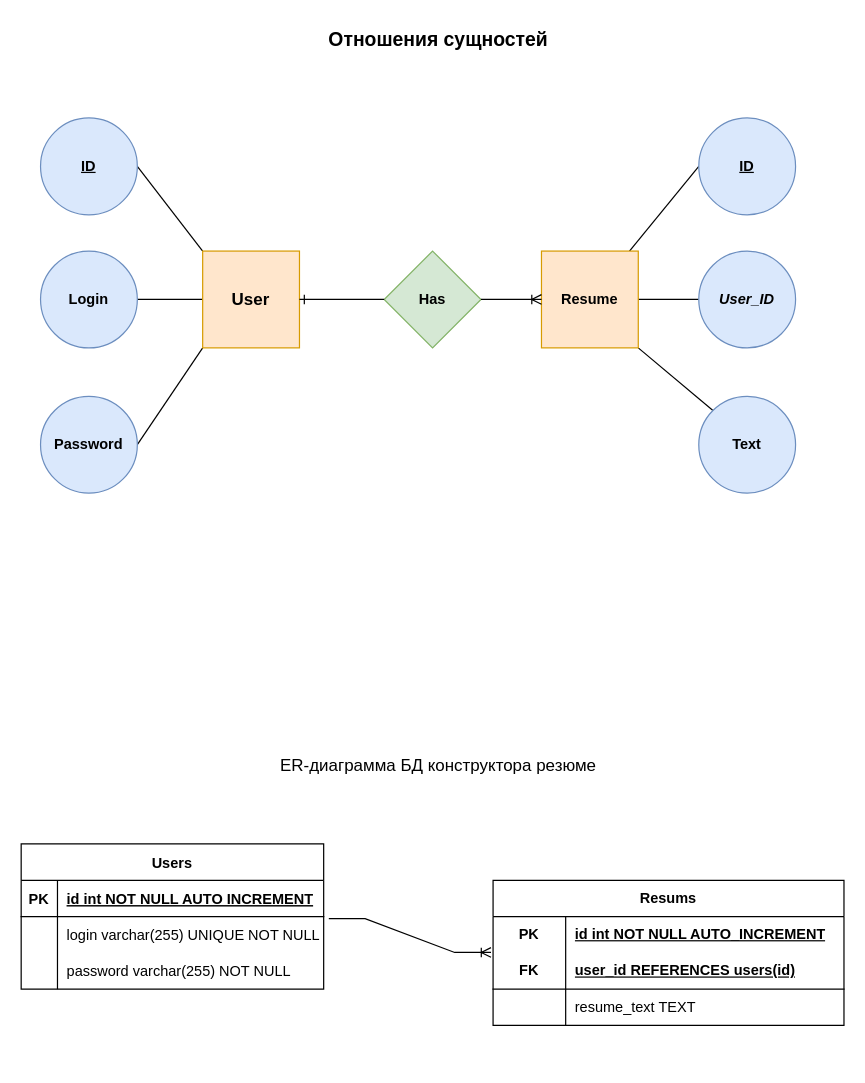
The draw.io diagram experiments/database/dbschema.drawio in she-bear/dplm-resume-builder, before the edit. Source tidied: cells renumbered, new cells numbered last; positions are measured from the earlier drawing's top-left corner, leaving out a move shared by most shapes. Both pictures are drawn from the tidied source at 121%, with x=0, y=0 at pixel (21, 21).
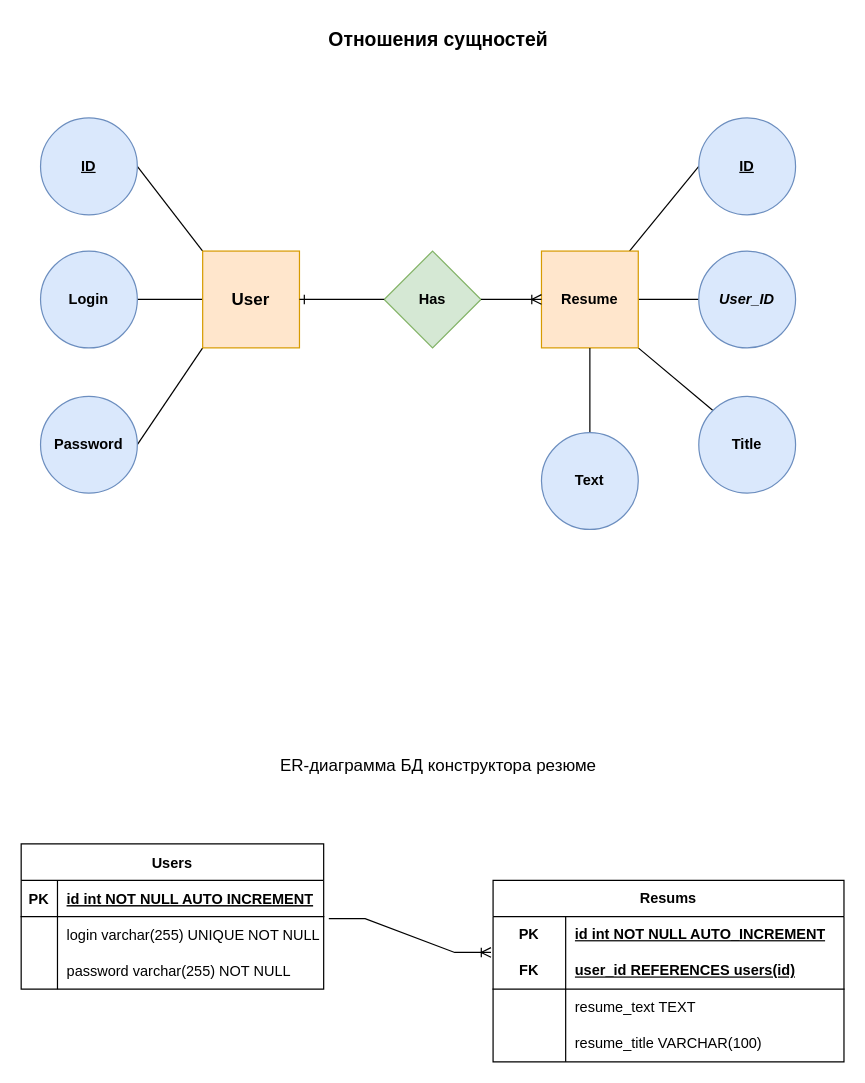
The same diagram, later.

Commit message (it also covers changes not shown here):
Добавлено поле resums.resume_title

The change refers to these unchanged cells:
```xml
<mxCell id="35" value="&lt;b&gt;Resume&lt;/b&gt;" style="whiteSpace=wrap;html=1;fillColor=#ffe6cc;strokeColor=#d79b00;" parent="1" vertex="1">
  <mxGeometry x="430" y="190" width="80" height="80" as="geometry" />
</mxCell>
```

The edit, as a diff of the source:
```diff
@@
     <mxCell id="12" value="Resums" style="shape=table;startSize=30;childLayout=tableLayout;rowLines=0;fontStyle=1;align=center;html=1;whiteSpace=wrap;" parent="1" vertex="1">
-      <mxGeometry x="390" y="710" width="290" height="120" as="geometry" />
+      <mxGeometry x="390" y="710" width="290" height="150" as="geometry" />
     </mxCell>
@@
+    <mxCell id="42" style="shape=tableRow;horizontal=0;startSize=0;swimlaneHead=0;swimlaneBody=0;fillColor=none;top=0;left=0;right=0;bottom=0;html=1;" parent="12" vertex="1">
+      <mxGeometry y="120" width="290" height="30" as="geometry" />
+    </mxCell>
+    <mxCell id="43" style="shape=partialRectangle;fillColor=none;top=0;left=0;bottom=0;right=0;overflow=hidden;html=1;whiteSpace=wrap;" parent="42" vertex="1">
+      <mxGeometry width="60" height="30" as="geometry" />
+    </mxCell>
+    <mxCell id="44" value="resume_title VARCHAR(100)" style="shape=partialRectangle;fillColor=none;top=0;left=0;bottom=0;right=0;align=left;spacingLeft=6;overflow=hidden;html=1;whiteSpace=wrap;" parent="42" vertex="1">
+      <mxGeometry x="60" width="230" height="30" as="geometry" />
+    </mxCell>
@@
-    <mxCell id="38" value="&lt;b&gt;Text&lt;/b&gt;" style="ellipse;whiteSpace=wrap;html=1;fillColor=#dae8fc;strokeColor=#6c8ebf;" parent="1" vertex="1">
+    <mxCell id="38" value="&lt;b&gt;Title&lt;/b&gt;" style="ellipse;whiteSpace=wrap;html=1;fillColor=#dae8fc;strokeColor=#6c8ebf;" parent="1" vertex="1">
       <mxGeometry x="560" y="310" width="80" height="80" as="geometry" />
     </mxCell>
@@
+    <mxCell id="45" style="rounded=0;jettySize=auto;html=1;endArrow=none;endFill=0;" parent="1" edge="1" source="46" target="35">
+      <mxGeometry relative="1" as="geometry" />
+    </mxCell>
+    <mxCell id="46" value="&lt;b&gt;Text&lt;/b&gt;" style="ellipse;whiteSpace=wrap;html=1;fillColor=#dae8fc;strokeColor=#6c8ebf;" parent="1" vertex="1">
+      <mxGeometry x="430" y="340" width="80" height="80" as="geometry" />
+    </mxCell>
+    <mxCell id="47" style="shape=tableRow;horizontal=0;startSize=0;swimlaneHead=0;swimlaneBody=0;fillColor=none;top=0;left=0;right=0;bottom=0;html=1;" parent="1" vertex="1">
+      <mxGeometry x="385" y="830" width="290" height="30" as="geometry" />
+    </mxCell>
```
